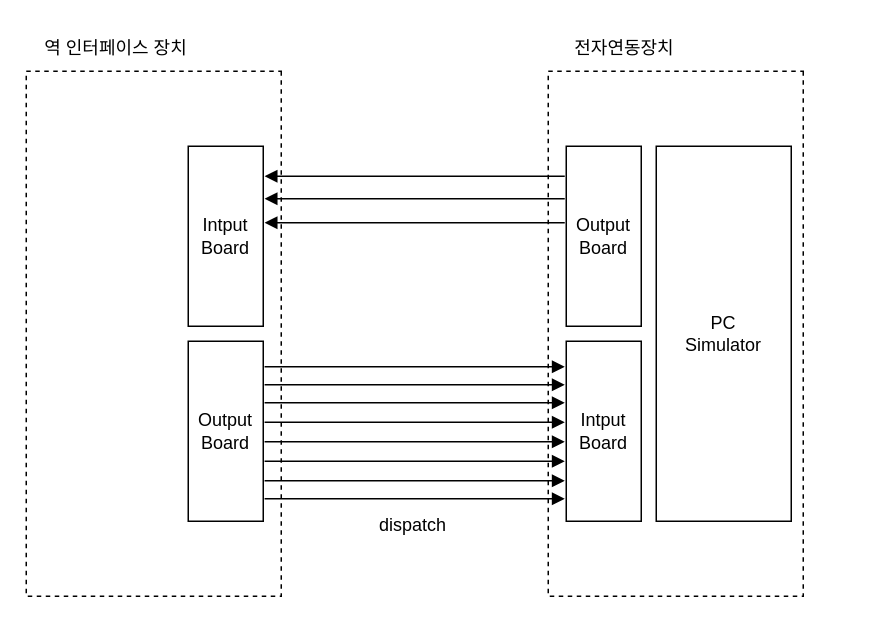
This is EIS Simul.drawio from chillin2/MyDraw.io, a draw.io file, before an edit. Source tidied: cells renumbered, new cells numbered last; positions are measured from the earlier drawing's top-left corner, leaving out a move shared by most shapes. Both pictures are drawn from the tidied source at 150%, with x=0, y=0 at pixel (26, 26).
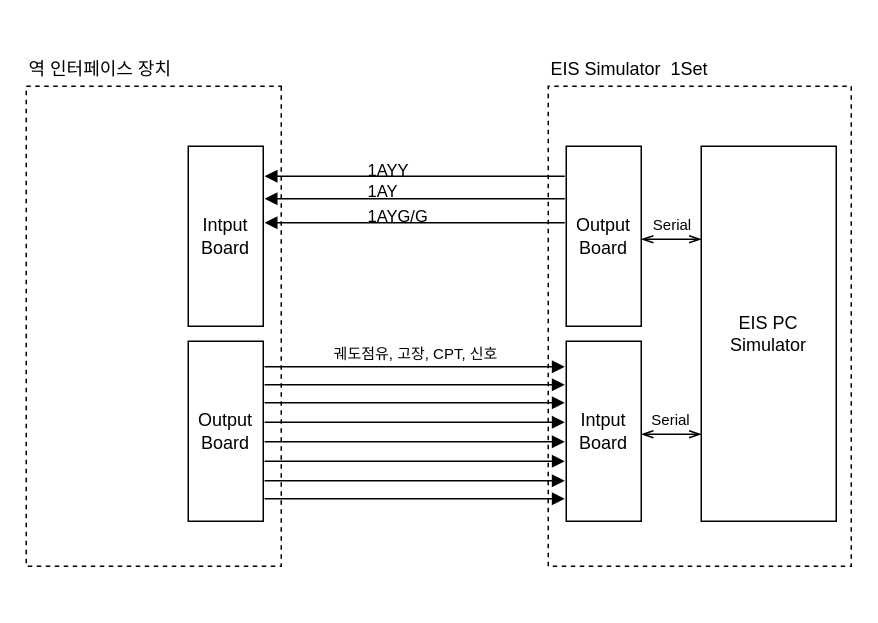
The same diagram, later.

What changed in the source:
```diff
@@
     <mxCell id="6" style="rounded=0;whiteSpace=wrap;html=1;direction=south;dashed=1;fillOpacity=0;" parent="1" vertex="1">
-      <mxGeometry y="30" width="170" height="350" as="geometry" />
+      <mxGeometry y="40" width="170" height="320" as="geometry" />
     </mxCell>
-    <mxCell id="7" value="역 인터페이스 장치" style="text;html=1;strokeColor=none;fillColor=none;align=center;verticalAlign=middle;whiteSpace=wrap;rounded=0;dashed=1;" parent="1" vertex="1">
-      <mxGeometry width="120" height="30" as="geometry" />
+    <mxCell id="7" value="역 인터페이스 장치" style="text;html=1;strokeColor=none;fillColor=none;align=left;verticalAlign=middle;whiteSpace=wrap;rounded=0;dashed=1;" parent="1" vertex="1">
+      <mxGeometry y="19" width="120" height="20" as="geometry" />
     </mxCell>
     <mxCell id="8" style="rounded=0;whiteSpace=wrap;html=1;direction=south;dashed=1;fillOpacity=0;" parent="1" vertex="1">
-      <mxGeometry x="348" y="30" width="170" height="350" as="geometry" />
+      <mxGeometry x="348" y="40" width="202" height="320" as="geometry" />
     </mxCell>
-    <mxCell id="9" value="전자연동장치" style="text;html=1;strokeColor=none;fillColor=none;align=center;verticalAlign=middle;whiteSpace=wrap;rounded=0;dashed=1;" parent="1" vertex="1">
-      <mxGeometry x="348" width="102" height="30" as="geometry" />
+    <mxCell id="9" value="EIS Simulator&amp;nbsp; 1Set" style="text;html=1;strokeColor=none;fillColor=none;align=left;verticalAlign=middle;whiteSpace=wrap;rounded=0;dashed=1;" parent="1" vertex="1">
+      <mxGeometry x="348" y="19" width="152" height="20" as="geometry" />
     </mxCell>
-    <mxCell id="10" value="PC&lt;br&gt;Simulator" style="rounded=0;whiteSpace=wrap;html=1;direction=south;" parent="1" vertex="1">
-      <mxGeometry x="420" y="80" width="90" height="250" as="geometry" />
+    <mxCell id="10" value="EIS PC&lt;br&gt;Simulator" style="rounded=0;whiteSpace=wrap;html=1;direction=south;" parent="1" vertex="1">
+      <mxGeometry x="450" y="80" width="90" height="250" as="geometry" />
     </mxCell>
@@
-    <mxCell id="22" value="dispatch" style="text;html=1;strokeColor=none;fillColor=none;align=center;verticalAlign=middle;whiteSpace=wrap;rounded=0;" parent="1" vertex="1">
-      <mxGeometry x="228" y="318" width="60" height="30" as="geometry" />
-    </mxCell>
+    <mxCell id="23" value="1AYY" style="text;html=1;strokeColor=none;fillColor=none;align=left;verticalAlign=middle;whiteSpace=wrap;rounded=0;fontSize=11;" parent="1" vertex="1">
+      <mxGeometry x="226" y="91" width="60" height="10" as="geometry" />
+    </mxCell>
+    <mxCell id="24" value="1AY" style="text;html=1;strokeColor=none;fillColor=none;align=left;verticalAlign=middle;whiteSpace=wrap;rounded=0;fontSize=11;" parent="1" vertex="1">
+      <mxGeometry x="226" y="105" width="60" height="10" as="geometry" />
+    </mxCell>
+    <mxCell id="25" value="1AYG/G" style="text;html=1;strokeColor=none;fillColor=none;align=left;verticalAlign=middle;whiteSpace=wrap;rounded=0;fontSize=11;" parent="1" vertex="1">
+      <mxGeometry x="226" y="122" width="60" height="10" as="geometry" />
+    </mxCell>
+    <mxCell id="26" value="&lt;span style=&quot;font-size: 10px;&quot;&gt;궤도점유, 고장, CPT, 신호&lt;/span&gt;" style="text;html=1;strokeColor=none;fillColor=none;align=center;verticalAlign=middle;whiteSpace=wrap;rounded=0;fontSize=11;" parent="1" vertex="1">
+      <mxGeometry x="170" y="213" width="180" height="10" as="geometry" />
+    </mxCell>
+    <mxCell id="27" style="endArrow=openThin;startArrow=openThin;html=1;rounded=0;fontSize=10;startFill=0;endFill=0;" parent="1" edge="1">
+      <mxGeometry relative="1" as="geometry">
+        <mxPoint x="410" y="142" as="sourcePoint" />
+        <mxPoint x="450" y="142" as="targetPoint" />
+      </mxGeometry>
+    </mxCell>
+    <mxCell id="28" style="endArrow=openThin;startArrow=openThin;html=1;rounded=0;fontSize=10;startFill=0;endFill=0;" parent="1" edge="1">
+      <mxGeometry relative="1" as="geometry">
+        <mxPoint x="410" y="272" as="sourcePoint" />
+        <mxPoint x="450" y="272" as="targetPoint" />
+      </mxGeometry>
+    </mxCell>
+    <mxCell id="29" value="&lt;font size=&quot;1&quot;&gt;Serial&lt;/font&gt;" style="text;html=1;strokeColor=none;fillColor=none;align=center;verticalAlign=middle;whiteSpace=wrap;rounded=0;fontSize=10;" parent="1" vertex="1">
+      <mxGeometry x="410" y="257" width="40" height="10" as="geometry" />
+    </mxCell>
+    <mxCell id="30" value="&lt;font size=&quot;1&quot;&gt;Serial&lt;/font&gt;" style="text;html=1;strokeColor=none;fillColor=none;align=center;verticalAlign=middle;whiteSpace=wrap;rounded=0;fontSize=10;" parent="1" vertex="1">
+      <mxGeometry x="411" y="127" width="40" height="10" as="geometry" />
+    </mxCell>
```
